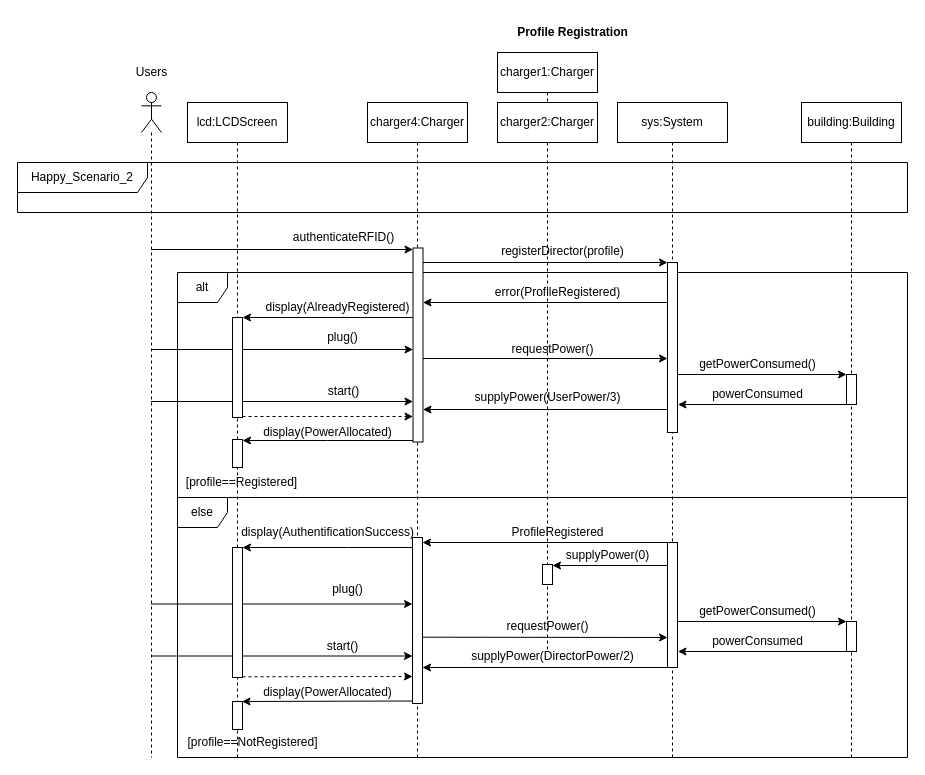
Earlier version of the draw.io diagram page "Profile Registration" (6 of 9) of Documents/Design/UseCases_SequenceDiagrams.drawio (SeanDBrrr/PowerLoadBalancer). Source tidied: cells renumbered, new cells numbered last; positions are measured from the earlier drawing's top-left corner, leaving out a move shared by most shapes. Both pictures are drawn from the tidied source at 100%, with x=0, y=0 at pixel (17, 17).
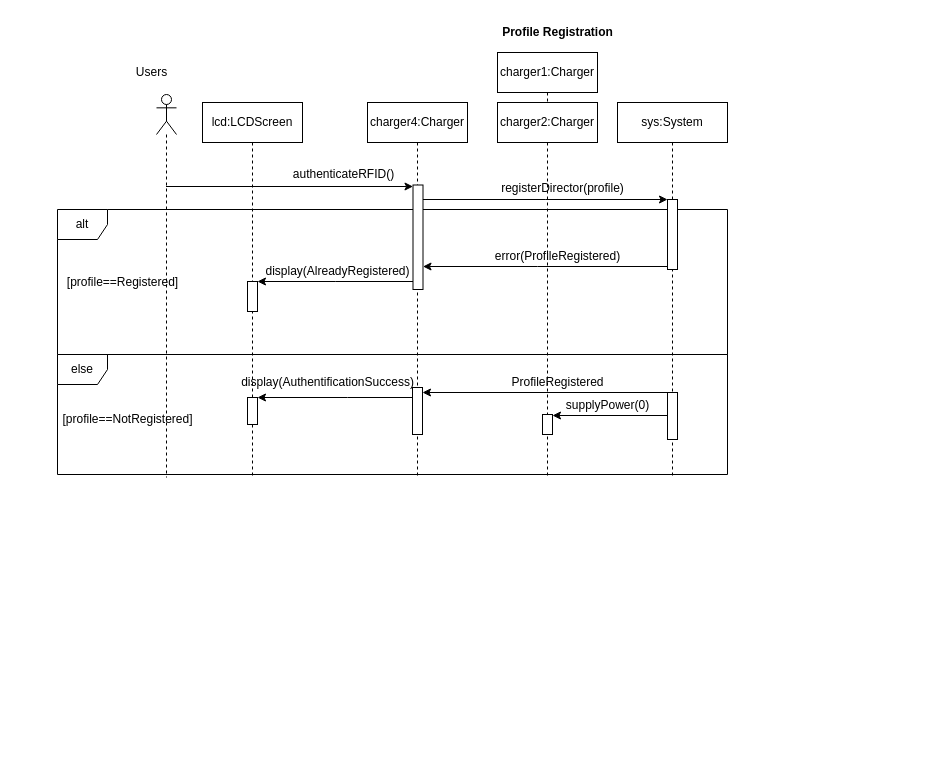
The same diagram, later.

Change to the diagram source:
```diff
@@
     <mxCell id="2" value="alt" style="shape=umlFrame;whiteSpace=wrap;html=1;width=50;height=30;" parent="1" vertex="1">
-      <mxGeometry x="160" y="255" width="730" height="225" as="geometry" />
+      <mxGeometry x="40" y="192" width="670" height="145" as="geometry" />
     </mxCell>
     <mxCell id="3" value="else" style="shape=umlFrame;whiteSpace=wrap;html=1;width=50;height=30;" parent="1" vertex="1">
-      <mxGeometry x="160" y="480" width="730" height="260" as="geometry" />
+      <mxGeometry x="40" y="337" width="670" height="120" as="geometry" />
     </mxCell>
     <mxCell id="4" value="charger4:Charger" style="shape=umlLifeline;perimeter=lifelinePerimeter;whiteSpace=wrap;html=1;newEdgeStyle={&quot;edgeStyle&quot;:&quot;elbowEdgeStyle&quot;,&quot;elbow&quot;:&quot;vertical&quot;,&quot;curved&quot;:0,&quot;rounded&quot;:0};" parent="1" vertex="1">
-      <mxGeometry x="350" y="85" width="100" height="655" as="geometry" />
+      <mxGeometry x="350" y="85" width="100" height="375" as="geometry" />
     </mxCell>
-    <mxCell id="5" style="edgeStyle=elbowEdgeStyle;rounded=0;jettySize=auto;html=1;elbow=vertical;curved=0;" parent="1" edge="1" source="6">
-      <mxGeometry relative="1" as="geometry">
-        <mxPoint x="395.5" y="332" as="targetPoint" />
-        <Array as="points">
-          <mxPoint x="340" y="332" />
-        </Array>
-      </mxGeometry>
-    </mxCell>
     <mxCell id="6" style="shape=umlLifeline;perimeter=lifelinePerimeter;whiteSpace=wrap;html=1;outlineConnect=0;portConstraint=eastwest;newEdgeStyle={&quot;edgeStyle&quot;:&quot;elbowEdgeStyle&quot;,&quot;elbow&quot;:&quot;vertical&quot;,&quot;curved&quot;:0,&quot;rounded&quot;:0};participant=umlActor;" parent="1" vertex="1">
-      <mxGeometry x="124" y="75" width="20" height="665" as="geometry" />
+      <mxGeometry x="139" y="77" width="20" height="383" as="geometry" />
     </mxCell>
-    <mxCell id="7" value="Happy_Scenario_2" style="shape=umlFrame;whiteSpace=wrap;html=1;width=130;height=30;" parent="1" vertex="1">
-      <mxGeometry y="145" width="890" height="50" as="geometry" />
-    </mxCell>
     <mxCell id="8" value="sys:System" style="shape=umlLifeline;perimeter=lifelinePerimeter;whiteSpace=wrap;html=1;newEdgeStyle={&quot;edgeStyle&quot;:&quot;elbowEdgeStyle&quot;,&quot;elbow&quot;:&quot;vertical&quot;,&quot;curved&quot;:0,&quot;rounded&quot;:0};" parent="1" vertex="1">
-      <mxGeometry x="600" y="85" width="110" height="655" as="geometry" />
+      <mxGeometry x="600" y="85" width="110" height="375" as="geometry" />
     </mxCell>
-    <mxCell id="9" style="edgeStyle=elbowEdgeStyle;rounded=0;jettySize=auto;html=1;elbow=vertical;curved=0;" parent="8" edge="1" source="10" target="11">
+    <mxCell id="9" style="edgeStyle=elbowEdgeStyle;rounded=0;orthogonalLoop=1;jettySize=auto;html=1;elbow=vertical;curved=0;" parent="8" edge="1">
       <mxGeometry relative="1" as="geometry">
+        <mxPoint x="50" y="164" as="sourcePoint" />
+        <mxPoint x="-194.5" y="164" as="targetPoint" />
         <Array as="points">
-          <mxPoint x="-80" y="200" />
+          <mxPoint x="-80" y="164" />
         </Array>
       </mxGeometry>
     </mxCell>
     <mxCell id="10" style="html=1;points=[];perimeter=orthogonalPerimeter;outlineConnect=0;targetShapes=umlLifeline;portConstraint=eastwest;newEdgeStyle={&quot;edgeStyle&quot;:&quot;elbowEdgeStyle&quot;,&quot;elbow&quot;:&quot;vertical&quot;,&quot;curved&quot;:0,&quot;rounded&quot;:0};" parent="8" vertex="1">
-      <mxGeometry x="50" y="160" width="10" height="170" as="geometry" />
+      <mxGeometry x="50" y="97" width="10" height="70" as="geometry" />
     </mxCell>
     <mxCell id="11" style="html=1;points=[];perimeter=orthogonalPerimeter;outlineConnect=0;targetShapes=umlLifeline;portConstraint=eastwest;newEdgeStyle={&quot;edgeStyle&quot;:&quot;elbowEdgeStyle&quot;,&quot;elbow&quot;:&quot;vertical&quot;,&quot;curved&quot;:0,&quot;rounded&quot;:0};" parent="8" vertex="1">
-      <mxGeometry x="-204.5" y="145.5" width="10" height="194" as="geometry" />
+      <mxGeometry x="-204.5" y="82.5" width="10" height="104.5" as="geometry" />
     </mxCell>
     <mxCell id="12" style="edgeStyle=elbowEdgeStyle;rounded=0;jettySize=auto;html=1;elbow=vertical;curved=0;" parent="8" edge="1" source="6">
       <mxGeometry relative="1" as="geometry">
-        <mxPoint x="-204.5" y="146.5" as="targetPoint" />
+        <mxPoint x="-204.5" y="83.5" as="targetPoint" />
       </mxGeometry>
     </mxCell>
-    <mxCell id="13" style="edgeStyle=elbowEdgeStyle;rounded=0;jettySize=auto;html=1;elbow=vertical;curved=0;" parent="8" edge="1" source="6">
-      <mxGeometry relative="1" as="geometry">
-        <mxPoint x="-204.5" y="299" as="targetPoint" />
-        <Array as="points">
-          <mxPoint x="-266.5" y="299" />
-        </Array>
-      </mxGeometry>
-    </mxCell>
     <mxCell id="14" value="authenticateRFID()" style="text;html=1;align=center;verticalAlign=middle;strokeColor=none;fillColor=none;" parent="8" vertex="1">
-      <mxGeometry x="-334.5" y="120" width="120" height="30" as="geometry" />
+      <mxGeometry x="-334.5" y="57" width="120" height="30" as="geometry" />
     </mxCell>
-    <mxCell id="15" value="start()" style="text;html=1;align=center;verticalAlign=middle;strokeColor=none;fillColor=none;" parent="8" vertex="1">
-      <mxGeometry x="-299.5" y="274" width="50" height="30" as="geometry" />
-    </mxCell>
     <mxCell id="16" style="edgeStyle=elbowEdgeStyle;rounded=0;orthogonalLoop=1;jettySize=auto;html=1;elbow=vertical;curved=0;" parent="8" edge="1">
       <mxGeometry relative="1" as="geometry">
-        <mxPoint x="-194.5" y="160" as="sourcePoint" />
-        <mxPoint x="50" y="160" as="targetPoint" />
+        <mxPoint x="-194.5" y="97" as="sourcePoint" />
+        <mxPoint x="50" y="97" as="targetPoint" />
       </mxGeometry>
     </mxCell>
-    <mxCell id="17" style="edgeStyle=elbowEdgeStyle;rounded=0;orthogonalLoop=1;jettySize=auto;html=1;elbow=vertical;curved=0;" parent="8" edge="1">
-      <mxGeometry relative="1" as="geometry">
-        <mxPoint x="-194.5" y="256" as="sourcePoint" />
-        <mxPoint x="50" y="256" as="targetPoint" />
-      </mxGeometry>
-    </mxCell>
-    <mxCell id="18" style="edgeStyle=elbowEdgeStyle;rounded=0;orthogonalLoop=1;jettySize=auto;html=1;elbow=vertical;curved=0;" parent="8" edge="1">
-      <mxGeometry relative="1" as="geometry">
-        <mxPoint x="50" y="307" as="sourcePoint" />
-        <mxPoint x="-194.5" y="307" as="targetPoint" />
-      </mxGeometry>
-    </mxCell>
     <mxCell id="19" style="html=1;perimeter=orthogonalPerimeter;targetShapes=umlLifeline;newEdgeStyle={&quot;edgeStyle&quot;:&quot;elbowEdgeStyle&quot;,&quot;elbow&quot;:&quot;vertical&quot;,&quot;curved&quot;:0,&quot;rounded&quot;:0};" parent="8" vertex="1">
-      <mxGeometry x="50" y="440" width="10" height="125" as="geometry" />
+      <mxGeometry x="50" y="290" width="10" height="47" as="geometry" />
     </mxCell>
-    <mxCell id="20" value="building:Building" style="shape=umlLifeline;perimeter=lifelinePerimeter;whiteSpace=wrap;html=1;newEdgeStyle={&quot;edgeStyle&quot;:&quot;elbowEdgeStyle&quot;,&quot;elbow&quot;:&quot;vertical&quot;,&quot;curved&quot;:0,&quot;rounded&quot;:0};" parent="1" vertex="1">
-      <mxGeometry x="784" y="85" width="100" height="655" as="geometry" />
-    </mxCell>
@@
     <mxCell id="22" value="registerDirector(profile)" style="text;html=1;align=center;verticalAlign=middle;strokeColor=none;fillColor=none;" parent="1" vertex="1">
-      <mxGeometry x="470" y="218.5" width="150" height="30" as="geometry" />
+      <mxGeometry x="470" y="155.5" width="150" height="30" as="geometry" />
     </mxCell>
     <mxCell id="23" value="[profile==Registered]" style="text;html=1;align=center;verticalAlign=middle;strokeColor=none;fillColor=none;" parent="1" vertex="1">
-      <mxGeometry x="159" y="450" width="130" height="30" as="geometry" />
+      <mxGeometry x="40" y="249.5" width="130" height="30" as="geometry" />
     </mxCell>
-    <mxCell id="24" value="plug()" style="text;html=1;align=center;verticalAlign=middle;strokeColor=none;fillColor=none;" parent="1" vertex="1">
-      <mxGeometry x="300" y="305" width="50" height="30" as="geometry" />
-    </mxCell>
     <mxCell id="25" value="error(ProfileRegistered)" style="text;html=1;align=center;verticalAlign=middle;strokeColor=none;fillColor=none;" parent="1" vertex="1">
-      <mxGeometry x="465" y="260" width="150" height="30" as="geometry" />
+      <mxGeometry x="465" y="224" width="150" height="30" as="geometry" />
     </mxCell>
     <mxCell id="26" style="edgeStyle=elbowEdgeStyle;rounded=0;jettySize=auto;html=1;elbow=vertical;curved=0;" parent="1" edge="1" target="59">
       <mxGeometry relative="1" as="geometry">
-        <mxPoint x="395.5" y="300" as="sourcePoint" />
+        <mxPoint x="395.5" y="264" as="sourcePoint" />
       </mxGeometry>
     </mxCell>
     <mxCell id="27" value="display(AlreadyRegistered)" style="text;html=1;align=center;verticalAlign=middle;strokeColor=none;fillColor=none;" parent="1" vertex="1">
-      <mxGeometry x="235" y="275" width="170" height="30" as="geometry" />
+      <mxGeometry x="235" y="239" width="170" height="30" as="geometry" />
     </mxCell>
-    <mxCell id="28" value="requestPower()" style="text;html=1;align=center;verticalAlign=middle;strokeColor=none;fillColor=none;" parent="1" vertex="1">
-      <mxGeometry x="480" y="317" width="110" height="30" as="geometry" />
-    </mxCell>
-    <mxCell id="29" value="supplyPower(UserPower/3)" style="text;html=1;align=center;verticalAlign=middle;strokeColor=none;fillColor=none;" parent="1" vertex="1">
-      <mxGeometry x="445" y="365" width="170" height="30" as="geometry" />
-    </mxCell>
-    <mxCell id="30" style="html=1;perimeter=orthogonalPerimeter;targetShapes=umlLifeline;newEdgeStyle={&quot;edgeStyle&quot;:&quot;elbowEdgeStyle&quot;,&quot;elbow&quot;:&quot;vertical&quot;,&quot;curved&quot;:0,&quot;rounded&quot;:0};" parent="1" vertex="1">
-      <mxGeometry x="829" y="357" width="10" height="30" as="geometry" />
-    </mxCell>
-    <mxCell id="31" value="getPowerConsumed()" style="text;html=1;align=center;verticalAlign=middle;strokeColor=none;fillColor=none;" parent="1" vertex="1">
-      <mxGeometry x="670" y="332" width="140" height="30" as="geometry" />
-    </mxCell>
-    <mxCell id="32" style="edgeStyle=elbowEdgeStyle;rounded=0;orthogonalLoop=1;jettySize=auto;html=1;elbow=vertical;curved=0;" parent="1" edge="1">
-      <mxGeometry relative="1" as="geometry">
-        <mxPoint x="829" y="387" as="sourcePoint" />
-        <mxPoint x="660.5" y="387.5" as="targetPoint" />
-      </mxGeometry>
-    </mxCell>
-    <mxCell id="33" value="powerConsumed" style="text;html=1;align=center;verticalAlign=middle;strokeColor=none;fillColor=none;" parent="1" vertex="1">
-      <mxGeometry x="685" y="362" width="110" height="30" as="geometry" />
-    </mxCell>
-    <mxCell id="34" style="edgeStyle=elbowEdgeStyle;rounded=0;orthogonalLoop=1;jettySize=auto;html=1;elbow=vertical;curved=0;" parent="1" edge="1">
-      <mxGeometry relative="1" as="geometry">
-        <mxPoint x="660" y="357" as="sourcePoint" />
-        <mxPoint x="829" y="357" as="targetPoint" />
-      </mxGeometry>
-    </mxCell>
-    <mxCell id="35" value="[profile==NotRegistered]" style="text;html=1;align=center;verticalAlign=middle;strokeColor=none;fillColor=none;" parent="1" vertex="1">
-      <mxGeometry x="160" y="710" width="150" height="30" as="geometry" />
-    </mxCell>
@@
     <mxCell id="37" value="charger2:Charger" style="shape=umlLifeline;perimeter=lifelinePerimeter;whiteSpace=wrap;html=1;newEdgeStyle={&quot;edgeStyle&quot;:&quot;elbowEdgeStyle&quot;,&quot;elbow&quot;:&quot;vertical&quot;,&quot;curved&quot;:0,&quot;rounded&quot;:0};" parent="1" vertex="1">
-      <mxGeometry x="480" y="85" width="100" height="550" as="geometry" />
+      <mxGeometry x="480" y="85" width="100" height="375" as="geometry" />
     </mxCell>
     <mxCell id="38" style="html=1;perimeter=orthogonalPerimeter;targetShapes=umlLifeline;newEdgeStyle={&quot;edgeStyle&quot;:&quot;elbowEdgeStyle&quot;,&quot;elbow&quot;:&quot;vertical&quot;,&quot;curved&quot;:0,&quot;rounded&quot;:0};" parent="37" vertex="1">
-      <mxGeometry x="45" y="462" width="10" height="20" as="geometry" />
+      <mxGeometry x="45" y="312" width="10" height="20" as="geometry" />
     </mxCell>
     <mxCell id="39" style="edgeStyle=elbowEdgeStyle;rounded=0;orthogonalLoop=1;jettySize=auto;html=1;elbow=vertical;curved=0;" parent="1" edge="1">
       <mxGeometry relative="1" as="geometry">
-        <mxPoint x="650" y="548" as="sourcePoint" />
-        <mxPoint x="535" y="548" as="targetPoint" />
+        <mxPoint x="650" y="398" as="sourcePoint" />
+        <mxPoint x="535" y="398" as="targetPoint" />
       </mxGeometry>
     </mxCell>
     <mxCell id="40" value="supplyPower(0)" style="text;html=1;align=center;verticalAlign=middle;strokeColor=none;fillColor=none;" parent="1" vertex="1">
-      <mxGeometry x="535" y="523" width="110" height="30" as="geometry" />
+      <mxGeometry x="535" y="373" width="110" height="30" as="geometry" />
     </mxCell>
-    <mxCell id="41" style="edgeStyle=elbowEdgeStyle;rounded=0;orthogonalLoop=1;jettySize=auto;html=1;elbow=vertical;curved=0;" parent="1" edge="1">
-      <mxGeometry relative="1" as="geometry">
-        <mxPoint x="405" y="619.7" as="sourcePoint" />
-        <mxPoint x="650" y="619.7" as="targetPoint" />
-      </mxGeometry>
-    </mxCell>
     <mxCell id="42" style="edgeStyle=elbowEdgeStyle;rounded=0;jettySize=auto;html=1;elbow=vertical;curved=0;" parent="1" edge="1" source="43" target="65">
       <mxGeometry relative="1" as="geometry">
         <Array as="points">
-          <mxPoint x="330" y="530" />
+          <mxPoint x="330" y="380" />
         </Array>
       </mxGeometry>
     </mxCell>
     <mxCell id="43" style="html=1;points=[];perimeter=orthogonalPerimeter;outlineConnect=0;targetShapes=umlLifeline;portConstraint=eastwest;newEdgeStyle={&quot;edgeStyle&quot;:&quot;elbowEdgeStyle&quot;,&quot;elbow&quot;:&quot;vertical&quot;,&quot;curved&quot;:0,&quot;rounded&quot;:0};" parent="1" vertex="1">
-      <mxGeometry x="395" y="520" width="10" height="166" as="geometry" />
+      <mxGeometry x="395" y="370" width="10" height="47" as="geometry" />
     </mxCell>
-    <mxCell id="44" style="edgeStyle=elbowEdgeStyle;rounded=0;orthogonalLoop=1;jettySize=auto;html=1;elbow=vertical;curved=0;" parent="1" edge="1">
-      <mxGeometry relative="1" as="geometry">
-        <mxPoint x="133.3" y="586.5" as="sourcePoint" />
-        <mxPoint x="395" y="586.5" as="targetPoint" />
-        <Array as="points">
-          <mxPoint x="339.5" y="586.5" />
-        </Array>
-      </mxGeometry>
-    </mxCell>
-    <mxCell id="45" style="edgeStyle=elbowEdgeStyle;rounded=0;orthogonalLoop=1;jettySize=auto;html=1;elbow=vertical;curved=0;" parent="1" edge="1">
-      <mxGeometry relative="1" as="geometry">
-        <mxPoint x="133.3" y="638.5" as="sourcePoint" />
-        <mxPoint x="395" y="638.5" as="targetPoint" />
-        <Array as="points">
-          <mxPoint x="333" y="638.5" />
-        </Array>
-      </mxGeometry>
-    </mxCell>
-    <mxCell id="46" value="start()" style="text;html=1;align=center;verticalAlign=middle;strokeColor=none;fillColor=none;" parent="1" vertex="1">
-      <mxGeometry x="300" y="613.5" width="50" height="30" as="geometry" />
-    </mxCell>
-    <mxCell id="47" value="plug()" style="text;html=1;align=center;verticalAlign=middle;strokeColor=none;fillColor=none;" parent="1" vertex="1">
-      <mxGeometry x="305" y="557" width="50" height="30" as="geometry" />
-    </mxCell>
-    <mxCell id="48" style="edgeStyle=elbowEdgeStyle;rounded=0;orthogonalLoop=1;jettySize=auto;html=1;elbow=vertical;curved=0;" parent="1" edge="1">
-      <mxGeometry relative="1" as="geometry">
-        <mxPoint x="650" y="650" as="sourcePoint" />
-        <mxPoint x="405" y="650" as="targetPoint" />
-      </mxGeometry>
-    </mxCell>
-    <mxCell id="49" value="supplyPower(DirectorPower/2)" style="text;html=1;align=center;verticalAlign=middle;strokeColor=none;fillColor=none;" parent="1" vertex="1">
-      <mxGeometry x="440" y="624" width="190" height="30" as="geometry" />
-    </mxCell>
-    <mxCell id="50" value="requestPower()" style="text;html=1;align=center;verticalAlign=middle;strokeColor=none;fillColor=none;" parent="1" vertex="1">
-      <mxGeometry x="475" y="594" width="110" height="30" as="geometry" />
-    </mxCell>
-    <mxCell id="51" style="html=1;perimeter=orthogonalPerimeter;targetShapes=umlLifeline;newEdgeStyle={&quot;edgeStyle&quot;:&quot;elbowEdgeStyle&quot;,&quot;elbow&quot;:&quot;vertical&quot;,&quot;curved&quot;:0,&quot;rounded&quot;:0};" parent="1" vertex="1">
-      <mxGeometry x="829" y="604" width="10" height="30" as="geometry" />
-    </mxCell>
-    <mxCell id="52" value="getPowerConsumed()" style="text;html=1;align=center;verticalAlign=middle;strokeColor=none;fillColor=none;" parent="1" vertex="1">
-      <mxGeometry x="670" y="579" width="140" height="30" as="geometry" />
-    </mxCell>
-    <mxCell id="53" style="edgeStyle=elbowEdgeStyle;rounded=0;orthogonalLoop=1;jettySize=auto;html=1;elbow=vertical;curved=0;" parent="1" edge="1">
-      <mxGeometry relative="1" as="geometry">
-        <mxPoint x="829" y="634" as="sourcePoint" />
-        <mxPoint x="660.5" y="634.5" as="targetPoint" />
-      </mxGeometry>
-    </mxCell>
-    <mxCell id="54" value="powerConsumed" style="text;html=1;align=center;verticalAlign=middle;strokeColor=none;fillColor=none;" parent="1" vertex="1">
-      <mxGeometry x="685" y="609" width="110" height="30" as="geometry" />
-    </mxCell>
-    <mxCell id="55" style="edgeStyle=elbowEdgeStyle;rounded=0;orthogonalLoop=1;jettySize=auto;html=1;elbow=vertical;curved=0;" parent="1" edge="1">
-      <mxGeometry relative="1" as="geometry">
-        <mxPoint x="660" y="604" as="sourcePoint" />
-        <mxPoint x="829" y="604" as="targetPoint" />
-      </mxGeometry>
-    </mxCell>
     <mxCell id="56" value="&lt;b&gt;Profile Registration&lt;/b&gt;" style="text;html=1;align=center;verticalAlign=middle;strokeColor=none;fillColor=none;" parent="1" vertex="1">
-      <mxGeometry x="490" width="130" height="30" as="geometry" />
+      <mxGeometry x="474.5" width="130" height="30" as="geometry" />
     </mxCell>
     <mxCell id="57" value="lcd:LCDScreen" style="shape=umlLifeline;perimeter=lifelinePerimeter;whiteSpace=wrap;html=1;newEdgeStyle={&quot;edgeStyle&quot;:&quot;elbowEdgeStyle&quot;,&quot;elbow&quot;:&quot;vertical&quot;,&quot;curved&quot;:0,&quot;rounded&quot;:0};" parent="1" vertex="1">
-      <mxGeometry x="170" y="85" width="100" height="655" as="geometry" />
+      <mxGeometry x="185" y="85" width="100" height="375" as="geometry" />
     </mxCell>
-    <mxCell id="58" style="edgeStyle=elbowEdgeStyle;rounded=0;jettySize=auto;html=1;elbow=vertical;curved=0;dashed=1;" parent="1" edge="1" source="59">
-      <mxGeometry relative="1" as="geometry">
-        <mxPoint x="395.5" y="399.3" as="targetPoint" />
-      </mxGeometry>
-    </mxCell>
     <mxCell id="59" style="html=1;points=[];perimeter=orthogonalPerimeter;outlineConnect=0;targetShapes=umlLifeline;portConstraint=eastwest;newEdgeStyle={&quot;edgeStyle&quot;:&quot;elbowEdgeStyle&quot;,&quot;elbow&quot;:&quot;vertical&quot;,&quot;curved&quot;:0,&quot;rounded&quot;:0};" parent="1" vertex="1">
-      <mxGeometry x="215" y="300" width="10" height="100" as="geometry" />
+      <mxGeometry x="230" y="264" width="10" height="30" as="geometry" />
     </mxCell>
-    <mxCell id="60" style="html=1;points=[];perimeter=orthogonalPerimeter;outlineConnect=0;targetShapes=umlLifeline;portConstraint=eastwest;newEdgeStyle={&quot;edgeStyle&quot;:&quot;elbowEdgeStyle&quot;,&quot;elbow&quot;:&quot;vertical&quot;,&quot;curved&quot;:0,&quot;rounded&quot;:0};" parent="1" vertex="1">
-      <mxGeometry x="215" y="422" width="10" height="28" as="geometry" />
-    </mxCell>
-    <mxCell id="61" style="edgeStyle=elbowEdgeStyle;rounded=0;jettySize=auto;html=1;elbow=vertical;curved=0;" parent="1" edge="1" source="11" target="60">
-      <mxGeometry relative="1" as="geometry" />
-    </mxCell>
-    <mxCell id="62" value="display(PowerAllocated)" style="text;html=1;align=center;verticalAlign=middle;strokeColor=none;fillColor=none;" parent="1" vertex="1">
-      <mxGeometry x="235" y="400" width="150" height="30" as="geometry" />
-    </mxCell>
     <mxCell id="63" value="display(AuthentificationSuccess)" style="text;html=1;align=center;verticalAlign=middle;strokeColor=none;fillColor=none;" parent="1" vertex="1">
-      <mxGeometry x="210" y="500" width="200" height="30" as="geometry" />
+      <mxGeometry x="210" y="350" width="200" height="30" as="geometry" />
     </mxCell>
-    <mxCell id="64" style="edgeStyle=elbowEdgeStyle;rounded=0;orthogonalLoop=1;jettySize=auto;html=1;elbow=vertical;curved=0;dashed=1;" parent="1" edge="1">
-      <mxGeometry relative="1" as="geometry">
-        <mxPoint x="225" y="659.3" as="sourcePoint" />
-        <mxPoint x="395" y="659.3" as="targetPoint" />
-      </mxGeometry>
-    </mxCell>
     <mxCell id="65" style="html=1;points=[];perimeter=orthogonalPerimeter;outlineConnect=0;targetShapes=umlLifeline;portConstraint=eastwest;newEdgeStyle={&quot;edgeStyle&quot;:&quot;elbowEdgeStyle&quot;,&quot;elbow&quot;:&quot;vertical&quot;,&quot;curved&quot;:0,&quot;rounded&quot;:0};" parent="1" vertex="1">
-      <mxGeometry x="215" y="530" width="10" height="130" as="geometry" />
+      <mxGeometry x="230" y="380" width="10" height="27" as="geometry" />
     </mxCell>
     <mxCell id="66" style="edgeStyle=elbowEdgeStyle;rounded=0;orthogonalLoop=1;jettySize=auto;html=1;elbow=vertical;curved=0;" parent="1" edge="1">
       <mxGeometry relative="1" as="geometry">
-        <mxPoint x="649.5" y="525" as="sourcePoint" />
-        <mxPoint x="405" y="525" as="targetPoint" />
+        <mxPoint x="649.5" y="375" as="sourcePoint" />
+        <mxPoint x="405" y="375" as="targetPoint" />
         <Array as="points">
-          <mxPoint x="519.5" y="525" />
+          <mxPoint x="519.5" y="375" />
         </Array>
       </mxGeometry>
     </mxCell>
     <mxCell id="67" value="ProfileRegistered" style="text;html=1;align=center;verticalAlign=middle;strokeColor=none;fillColor=none;" parent="1" vertex="1">
-      <mxGeometry x="479.5" y="500" width="120" height="30" as="geometry" />
+      <mxGeometry x="479.5" y="350" width="120" height="30" as="geometry" />
     </mxCell>
-    <mxCell id="68" style="edgeStyle=elbowEdgeStyle;rounded=0;orthogonalLoop=1;jettySize=auto;html=1;elbow=vertical;curved=0;" parent="1" edge="1">
-      <mxGeometry relative="1" as="geometry">
-        <mxPoint x="395" y="683.5" as="sourcePoint" />
-        <mxPoint x="224.5" y="683.5" as="targetPoint" />
-      </mxGeometry>
-    </mxCell>
-    <mxCell id="69" value="display(PowerAllocated)" style="text;html=1;align=center;verticalAlign=middle;strokeColor=none;fillColor=none;" parent="1" vertex="1">
-      <mxGeometry x="234.5" y="660" width="150" height="30" as="geometry" />
-    </mxCell>
-    <mxCell id="70" style="html=1;perimeter=orthogonalPerimeter;targetShapes=umlLifeline;newEdgeStyle={&quot;edgeStyle&quot;:&quot;elbowEdgeStyle&quot;,&quot;elbow&quot;:&quot;vertical&quot;,&quot;curved&quot;:0,&quot;rounded&quot;:0};" parent="1" vertex="1">
-      <mxGeometry x="215" y="684" width="10" height="28" as="geometry" />
-    </mxCell>
+    <mxCell id="35" value="[profile==NotRegistered]" style="text;html=1;align=center;verticalAlign=middle;strokeColor=none;fillColor=none;" parent="1" vertex="1">
+      <mxGeometry x="35" y="387" width="150" height="30" as="geometry" />
+    </mxCell>
```
